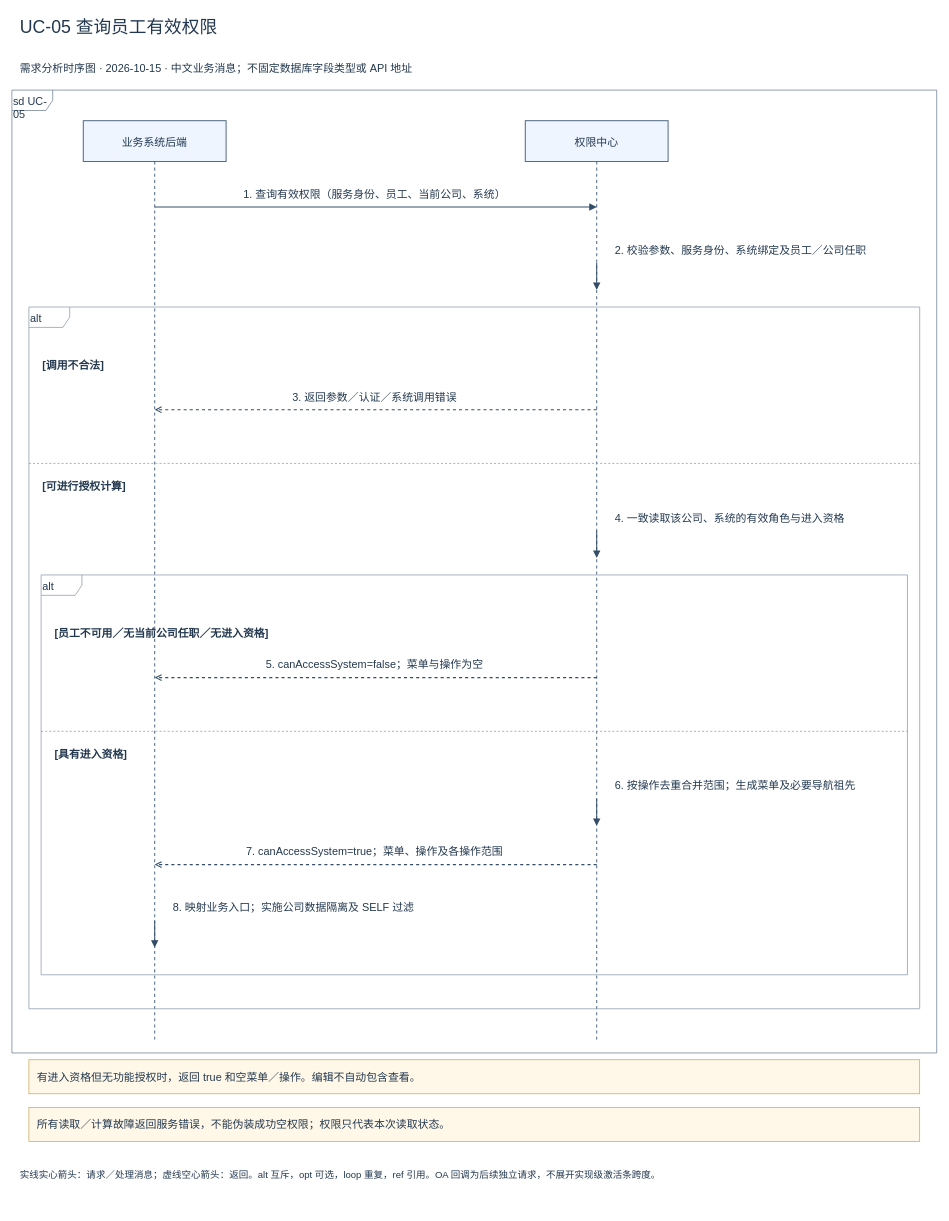
This is page "UC-05 查询员工有效权限" (5 of 15) of docs/sequences-v1/权限管理系统_全部时序图.drawio from Noah-hope/RBAC-admin, a draw.io file, before an edit. Source tidied: cells renumbered, new cells numbered last; positions are measured from the earlier drawing's top-left corner, leaving out a move shared by most shapes. Both pictures are drawn from the tidied source at 68%, with x=0, y=0 at pixel (12, 12).
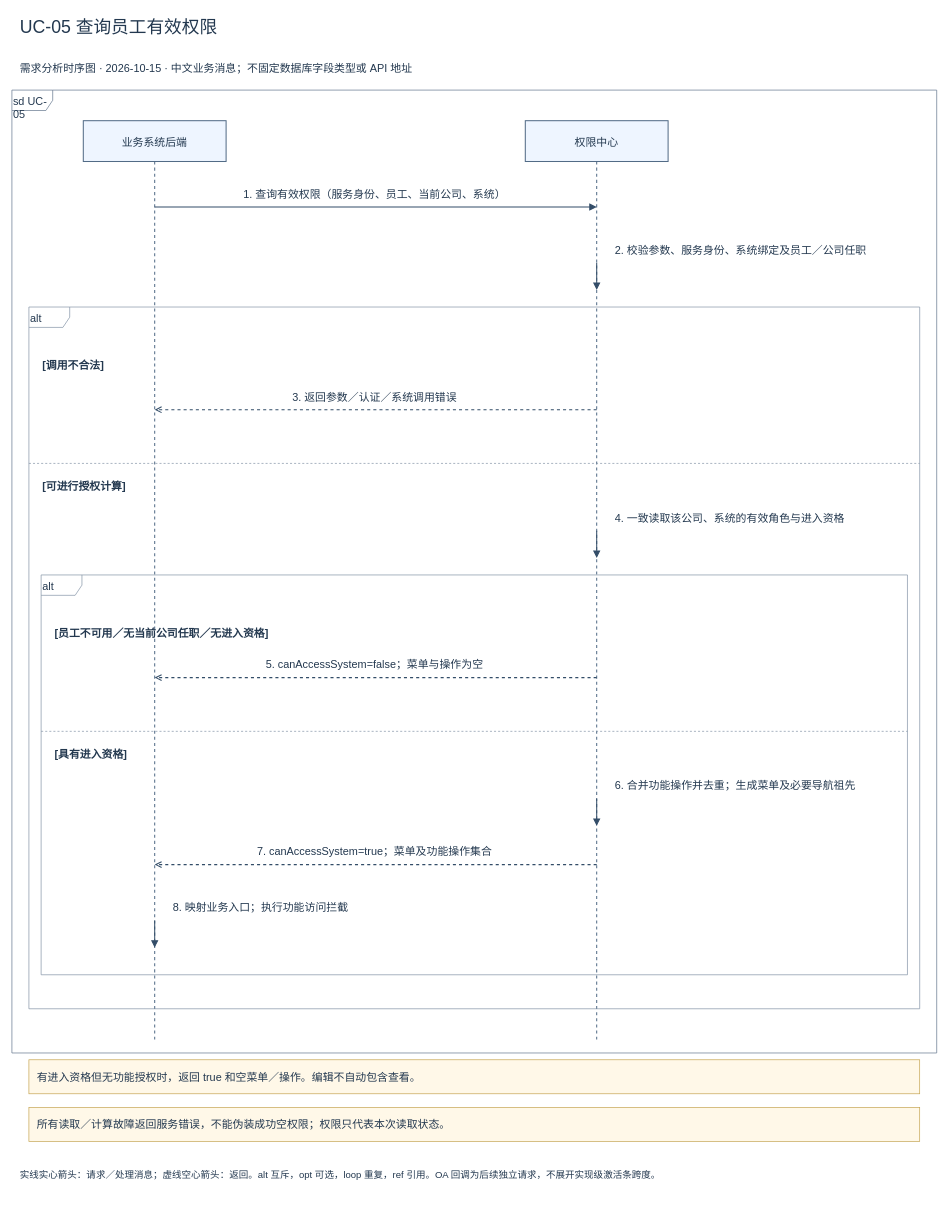
The same page after the edit.

Change to the diagram source:
```diff
@@
-    <mxCell id="26" value="6. 按操作去重合并范围；生成菜单及必要导航祖先" style="html=1;fontFamily=Microsoft YaHei;fontSize=16;fontColor=#23384f;text;align=left;verticalAlign=middle;fillColor=#ffffff;strokeColor=none;" parent="1" vertex="1">
+    <mxCell id="26" value="6. 合并功能操作并去重；生成菜单及必要导航祖先" style="html=1;fontFamily=Microsoft YaHei;fontSize=16;fontColor=#23384f;text;align=left;verticalAlign=middle;fillColor=#ffffff;strokeColor=none;" parent="1" vertex="1">
       <mxGeometry x="885" y="1126" width="410" height="24" as="geometry" />
     </mxCell>
@@
-    <mxCell id="28" value="7. canAccessSystem=true；菜单、操作及各操作范围" style="html=1;fontFamily=Microsoft YaHei;fontSize=16;fontColor=#23384f;text;align=center;verticalAlign=middle;fillColor=#ffffff;strokeColor=none;" parent="1" vertex="1">
+    <mxCell id="28" value="7. canAccessSystem=true；菜单及功能操作集合" style="html=1;fontFamily=Microsoft YaHei;fontSize=16;fontColor=#23384f;text;align=center;verticalAlign=middle;fillColor=#ffffff;strokeColor=none;" parent="1" vertex="1">
       <mxGeometry x="235" y="1223" width="595" height="24" as="geometry" />
     </mxCell>
@@
-    <mxCell id="30" value="8. 映射业务入口；实施公司数据隔离及 SELF 过滤" style="html=1;fontFamily=Microsoft YaHei;fontSize=16;fontColor=#23384f;text;align=left;verticalAlign=middle;fillColor=#ffffff;strokeColor=none;" parent="1" vertex="1">
+    <mxCell id="30" value="8. 映射业务入口；执行功能访问拦截" style="html=1;fontFamily=Microsoft YaHei;fontSize=16;fontColor=#23384f;text;align=left;verticalAlign=middle;fillColor=#ffffff;strokeColor=none;" parent="1" vertex="1">
       <mxGeometry x="235" y="1305" width="410" height="24" as="geometry" />
     </mxCell>
```
